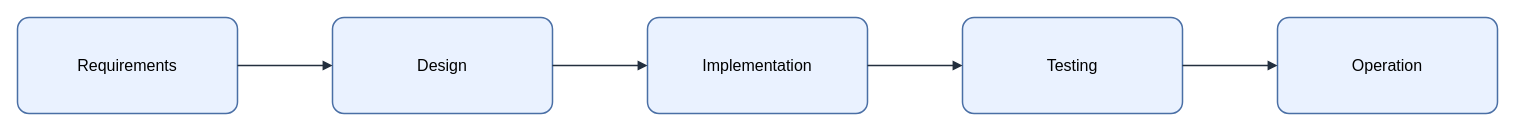
KKamJi98/kkamji98.github.io keeps this draw.io diagram as assets/img/software-engineering/software-life-cycle.drawio. Above is the earlier version. Source tidied: cells renumbered, new cells numbered last; positions are measured from the earlier drawing's top-left corner, leaving out a move shared by most shapes. Both pictures are drawn from the tidied source at 100%, with x=0, y=0 at pixel (17, 17).
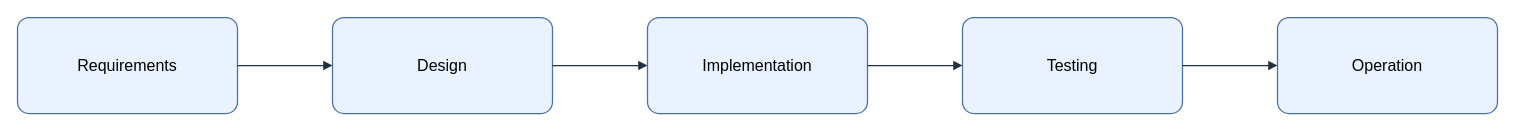
After the change.

What changed in the source:
```diff
@@
 <mxGraphModel background="#FFFFFF">
   <root>
     <mxCell id="0" />
     <mxCell id="1" parent="0" />
-    <mxCell id="2" value="&lt;font style=&quot;color: rgb(0, 0, 0);&quot;&gt;Requirements&lt;/font&gt;" style="rounded=1;arcSize=12;whiteSpace=wrap;html=1;fillColor=#EAF2FF;strokeColor=#4A6FA5;strokeWidth=1.5;fontColor=#000000;fontSize=16;align=center;verticalAlign=middle;spacing=8;shadow=0;" parent="1" vertex="1">
+    <mxCell id="2" value="Requirements" style="rounded=1;arcSize=12;whiteSpace=wrap;html=0;fillColor=#EAF2FF;strokeColor=#4A6FA5;strokeWidth=1.25;fontColor=#000000;fontSize=16;align=center;verticalAlign=middle;spacing=8;shadow=0;" parent="1" vertex="1">
       <mxGeometry width="220" height="96" as="geometry" />
     </mxCell>
-    <mxCell id="3" value="&lt;font style=&quot;color: rgb(0, 0, 0);&quot;&gt;Design&lt;/font&gt;" style="rounded=1;arcSize=12;whiteSpace=wrap;html=1;fillColor=#EAF2FF;strokeColor=#4A6FA5;strokeWidth=1.5;fontColor=#000000;fontSize=16;align=center;verticalAlign=middle;spacing=8;shadow=0;" parent="1" vertex="1">
+    <mxCell id="3" value="Design" style="rounded=1;arcSize=12;whiteSpace=wrap;html=0;fillColor=#EAF2FF;strokeColor=#4A6FA5;strokeWidth=1.25;fontColor=#000000;fontSize=16;align=center;verticalAlign=middle;spacing=8;shadow=0;" parent="1" vertex="1">
       <mxGeometry x="315" width="220" height="96" as="geometry" />
     </mxCell>
-    <mxCell id="4" value="&lt;font style=&quot;color: rgb(0, 0, 0);&quot;&gt;Implementation&lt;/font&gt;" style="rounded=1;arcSize=12;whiteSpace=wrap;html=1;fillColor=#EAF2FF;strokeColor=#4A6FA5;strokeWidth=1.5;fontColor=#000000;fontSize=16;align=center;verticalAlign=middle;spacing=8;shadow=0;" parent="1" vertex="1">
+    <mxCell id="4" value="Implementation" style="rounded=1;arcSize=12;whiteSpace=wrap;html=0;fillColor=#EAF2FF;strokeColor=#4A6FA5;strokeWidth=1.25;fontColor=#000000;fontSize=16;align=center;verticalAlign=middle;spacing=8;shadow=0;" parent="1" vertex="1">
       <mxGeometry x="630" width="220" height="96" as="geometry" />
     </mxCell>
-    <mxCell id="5" value="&lt;font style=&quot;color: rgb(0, 0, 0);&quot;&gt;Testing&lt;/font&gt;" style="rounded=1;arcSize=12;whiteSpace=wrap;html=1;fillColor=#EAF2FF;strokeColor=#4A6FA5;strokeWidth=1.5;fontColor=#000000;fontSize=16;align=center;verticalAlign=middle;spacing=8;shadow=0;" parent="1" vertex="1">
+    <mxCell id="5" value="Testing" style="rounded=1;arcSize=12;whiteSpace=wrap;html=0;fillColor=#EAF2FF;strokeColor=#4A6FA5;strokeWidth=1.25;fontColor=#000000;fontSize=16;align=center;verticalAlign=middle;spacing=8;shadow=0;" parent="1" vertex="1">
       <mxGeometry x="945" width="220" height="96" as="geometry" />
     </mxCell>
-    <mxCell id="6" value="&lt;font style=&quot;color: rgb(0, 0, 0);&quot;&gt;Operation&lt;/font&gt;" style="rounded=1;arcSize=12;whiteSpace=wrap;html=1;fillColor=#EAF2FF;strokeColor=#4A6FA5;strokeWidth=1.5;fontColor=#000000;fontSize=16;align=center;verticalAlign=middle;spacing=8;shadow=0;" parent="1" vertex="1">
+    <mxCell id="6" value="Operation" style="rounded=1;arcSize=12;whiteSpace=wrap;html=0;fillColor=#EAF2FF;strokeColor=#4A6FA5;strokeWidth=1.25;fontColor=#000000;fontSize=16;align=center;verticalAlign=middle;spacing=8;shadow=0;" parent="1" vertex="1">
       <mxGeometry x="1260" width="220" height="96" as="geometry" />
     </mxCell>
-    <mxCell id="7" style="edgeStyle=orthogonalEdgeStyle;rounded=0;jettySize=auto;html=1;endArrow=block;endFill=1;strokeColor=#232F3E;strokeWidth=1.5;fontColor=#000000;labelBackgroundColor=none;exitX=1;exitY=0.5;exitDx=0;exitDy=0;entryX=0;entryY=0.5;entryDx=0;entryDy=0;" parent="1" edge="1" source="2" target="3">
+    <mxCell id="7" style="edgeStyle=orthogonalEdgeStyle;rounded=0;jettySize=auto;html=0;endArrow=block;endFill=1;strokeColor=#232F3E;strokeWidth=1.25;fontColor=#000000;labelBackgroundColor=none;exitX=1;exitY=0.5;exitDx=0;exitDy=0;entryX=0;entryY=0.5;entryDx=0;entryDy=0;" parent="1" edge="1" source="2" target="3">
       <mxGeometry relative="1" as="geometry" />
     </mxCell>
-    <mxCell id="8" style="edgeStyle=orthogonalEdgeStyle;rounded=0;jettySize=auto;html=1;endArrow=block;endFill=1;strokeColor=#232F3E;strokeWidth=1.5;fontColor=#000000;labelBackgroundColor=none;exitX=1;exitY=0.5;exitDx=0;exitDy=0;entryX=0;entryY=0.5;entryDx=0;entryDy=0;" parent="1" edge="1" source="3" target="4">
+    <mxCell id="8" style="edgeStyle=orthogonalEdgeStyle;rounded=0;jettySize=auto;html=0;endArrow=block;endFill=1;strokeColor=#232F3E;strokeWidth=1.25;fontColor=#000000;labelBackgroundColor=none;exitX=1;exitY=0.5;exitDx=0;exitDy=0;entryX=0;entryY=0.5;entryDx=0;entryDy=0;" parent="1" edge="1" source="3" target="4">
       <mxGeometry relative="1" as="geometry" />
     </mxCell>
-    <mxCell id="9" style="edgeStyle=orthogonalEdgeStyle;rounded=0;jettySize=auto;html=1;endArrow=block;endFill=1;strokeColor=#232F3E;strokeWidth=1.5;fontColor=#000000;labelBackgroundColor=none;exitX=1;exitY=0.5;exitDx=0;exitDy=0;entryX=0;entryY=0.5;entryDx=0;entryDy=0;" parent="1" edge="1" source="4" target="5">
+    <mxCell id="9" style="edgeStyle=orthogonalEdgeStyle;rounded=0;jettySize=auto;html=0;endArrow=block;endFill=1;strokeColor=#232F3E;strokeWidth=1.25;fontColor=#000000;labelBackgroundColor=none;exitX=1;exitY=0.5;exitDx=0;exitDy=0;entryX=0;entryY=0.5;entryDx=0;entryDy=0;" parent="1" edge="1" source="4" target="5">
       <mxGeometry relative="1" as="geometry" />
     </mxCell>
-    <mxCell id="10" style="edgeStyle=orthogonalEdgeStyle;rounded=0;jettySize=auto;html=1;endArrow=block;endFill=1;strokeColor=#232F3E;strokeWidth=1.5;fontColor=#000000;labelBackgroundColor=none;exitX=1;exitY=0.5;exitDx=0;exitDy=0;entryX=0;entryY=0.5;entryDx=0;entryDy=0;" parent="1" edge="1" source="5" target="6">
+    <mxCell id="10" style="edgeStyle=orthogonalEdgeStyle;rounded=0;jettySize=auto;html=0;endArrow=block;endFill=1;strokeColor=#232F3E;strokeWidth=1.25;fontColor=#000000;labelBackgroundColor=none;exitX=1;exitY=0.5;exitDx=0;exitDy=0;entryX=0;entryY=0.5;entryDx=0;entryDy=0;" parent="1" edge="1" source="5" target="6">
       <mxGeometry relative="1" as="geometry" />
     </mxCell>
   </root>
 </mxGraphModel>
```
